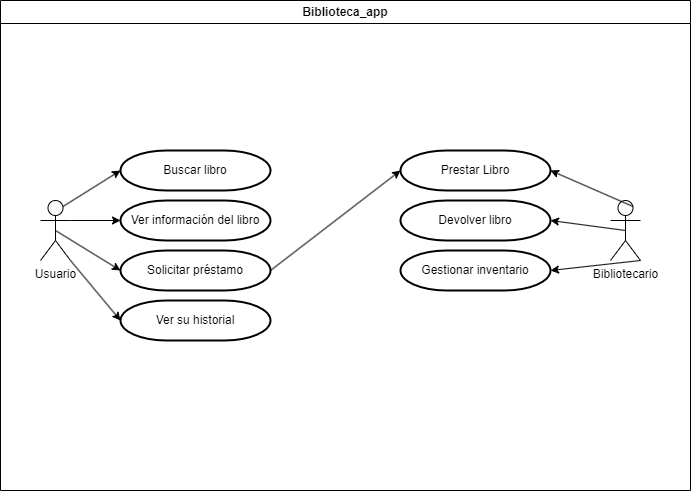
jdrguez/ETS keeps this draw.io diagram as casos de uso/biblioteca.drawio.png. Above is the earlier version. Source tidied: cells renumbered, new cells last; positions are measured from the earlier drawing's top-left corner, leaving out a move shared by most shapes.
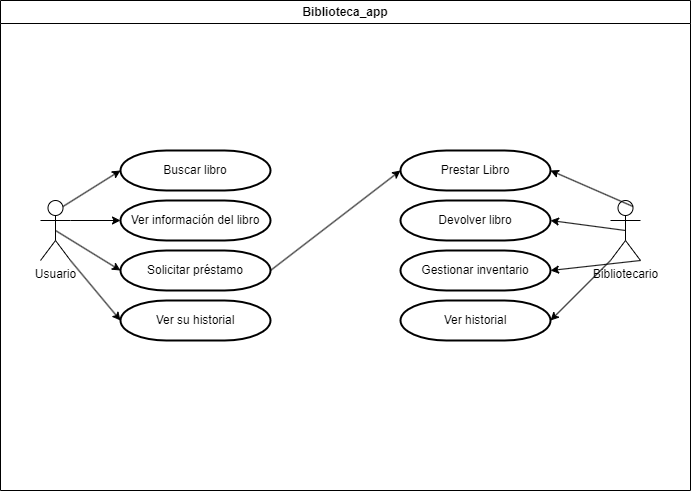
Above is the later version.

Change to the diagram source:
```diff
@@ -56,5 +56,11 @@
     <mxCell id="19" style="rounded=0;jettySize=auto;html=1;exitX=1;exitY=0.5;exitDx=0;exitDy=0;exitPerimeter=0;entryX=1;entryY=0.5;entryDx=0;entryDy=0;entryPerimeter=0;" parent="2" edge="1" source="6" target="13">
       <mxGeometry relative="1" as="geometry" />
     </mxCell>
+    <mxCell id="20" value="Ver historial" style="strokeWidth=2;html=1;shape=mxgraph.flowchart.terminator;whiteSpace=wrap;direction=west;" parent="2" vertex="1">
+      <mxGeometry x="400" y="300" width="150" height="40" as="geometry" />
+    </mxCell>
+    <mxCell id="21" style="rounded=0;jettySize=auto;html=1;exitX=0;exitY=1;exitDx=0;exitDy=0;exitPerimeter=0;entryX=0;entryY=0.5;entryDx=0;entryDy=0;entryPerimeter=0;" parent="2" edge="1" source="12" target="20">
+      <mxGeometry relative="1" as="geometry" />
+    </mxCell>
   </root>
 </mxGraphModel>
```
